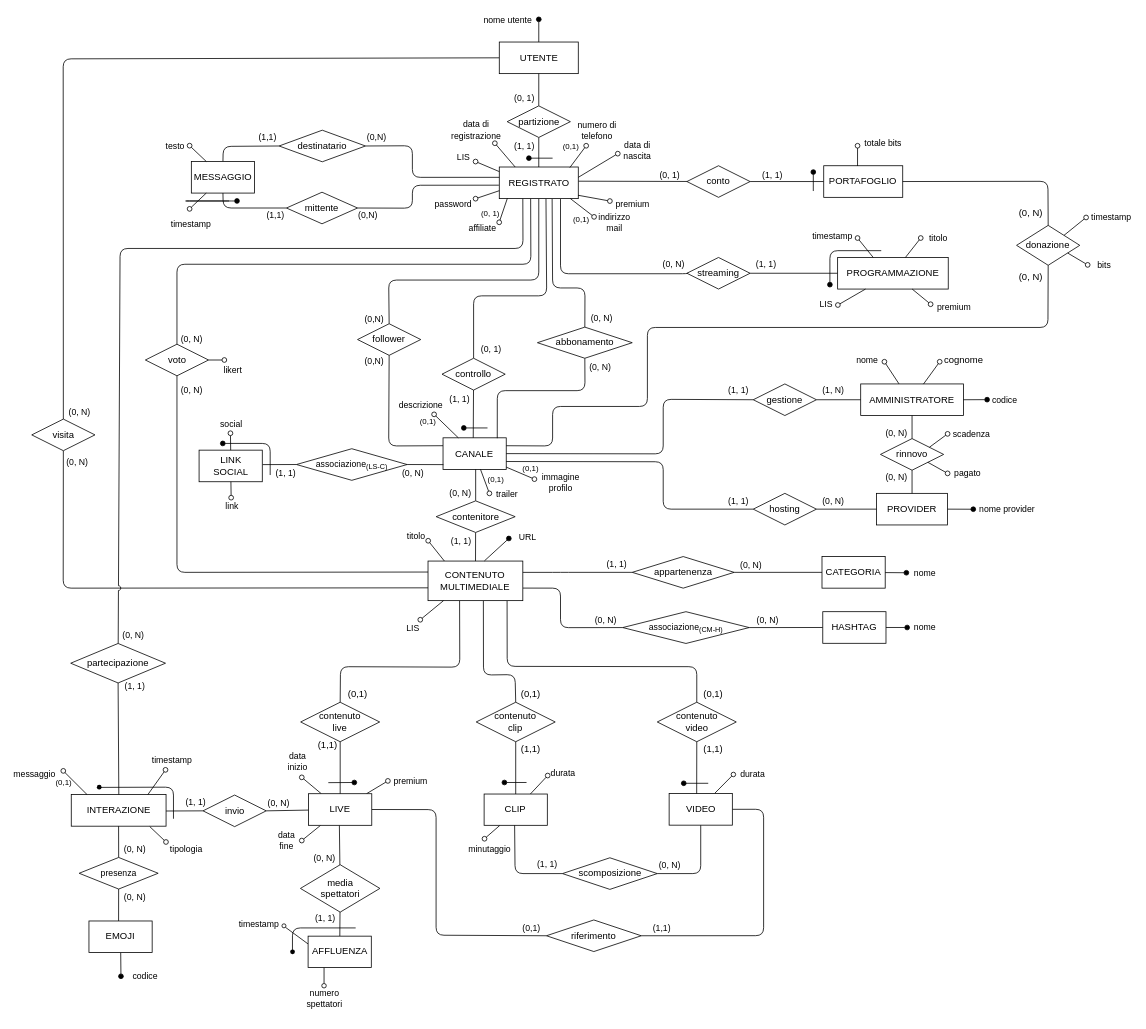
Mattron2000/Basi_di_dati keeps this draw.io diagram as Progetto Esame - DBSperimentazioni A.A. 2023-2024/Diagrammi/2.4 Schema E-R ristrutturato.drawio. Above is the earlier version. Source tidied: cells renumbered, new cells numbered last; positions are measured from the earlier drawing's top-left corner, leaving out a move shared by most shapes. Both pictures are drawn from the tidied source at 79%, with x=0, y=0 at pixel (32, 19).
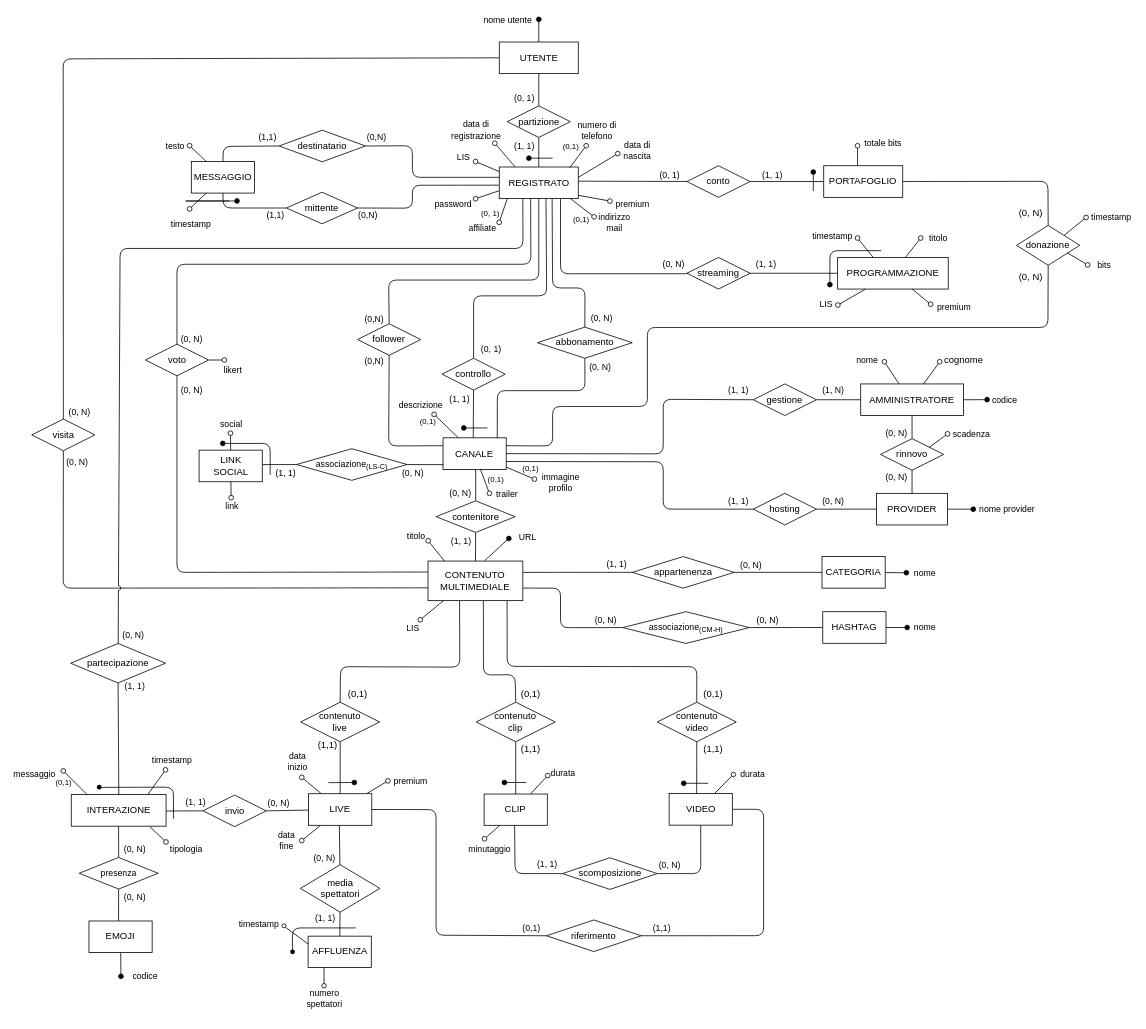
The same page after the edit.

Commit message (it also covers changes not shown here):
Corretto schemi ER + eliminato file partizionamenti non necessari + commentato tracce prof

The change refers to these unchanged cells:
```xml
<mxCell id="235" value="rinnovo" style="rhombus;whiteSpace=wrap;html=1;" parent="1" vertex="1">
  <mxGeometry x="1074" y="530.7" width="80" height="40" as="geometry" />
</mxCell>
```

Diff of the diagram source:
```diff
@@
-    <mxCell id="247" style="endArrow=oval;html=1;fillStyle=auto;strokeWidth=1;startSize=6;endSize=6;fillColor=#000000;startArrow=none;startFill=0;endFill=0;exitX=1;exitY=1;exitDx=0;exitDy=0;fontSize=11;" parent="1" edge="1" source="235">
-      <mxGeometry relative="1" as="geometry">
-        <mxPoint x="1159" y="574.7" as="targetPoint" />
-      </mxGeometry>
-    </mxCell>
-    <mxCell id="248" value="pagato" style="text;html=1;align=center;verticalAlign=middle;strokeColor=none;fillColor=none;fontSize=11;" parent="1" vertex="1">
-      <mxGeometry x="1154" y="559.5" width="60" height="30" as="geometry" />
-    </mxCell>
```
